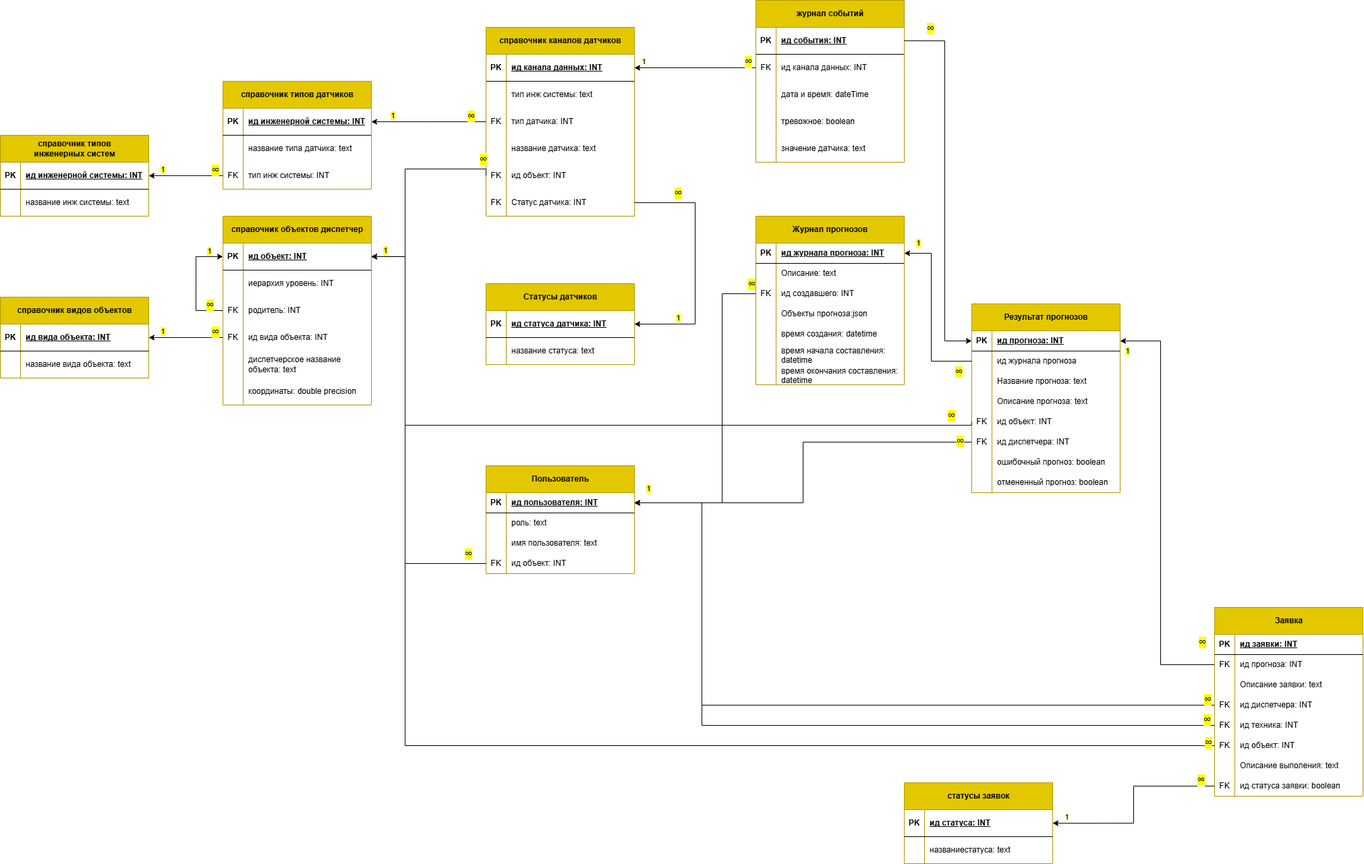
sa100h/lct keeps this draw.io diagram as docs/diagram/ER-ERL.drawio.png. Above is the earlier version. Source tidied: cells renumbered, new cells last; positions are measured from the earlier drawing's top-left corner, leaving out a move shared by most shapes.
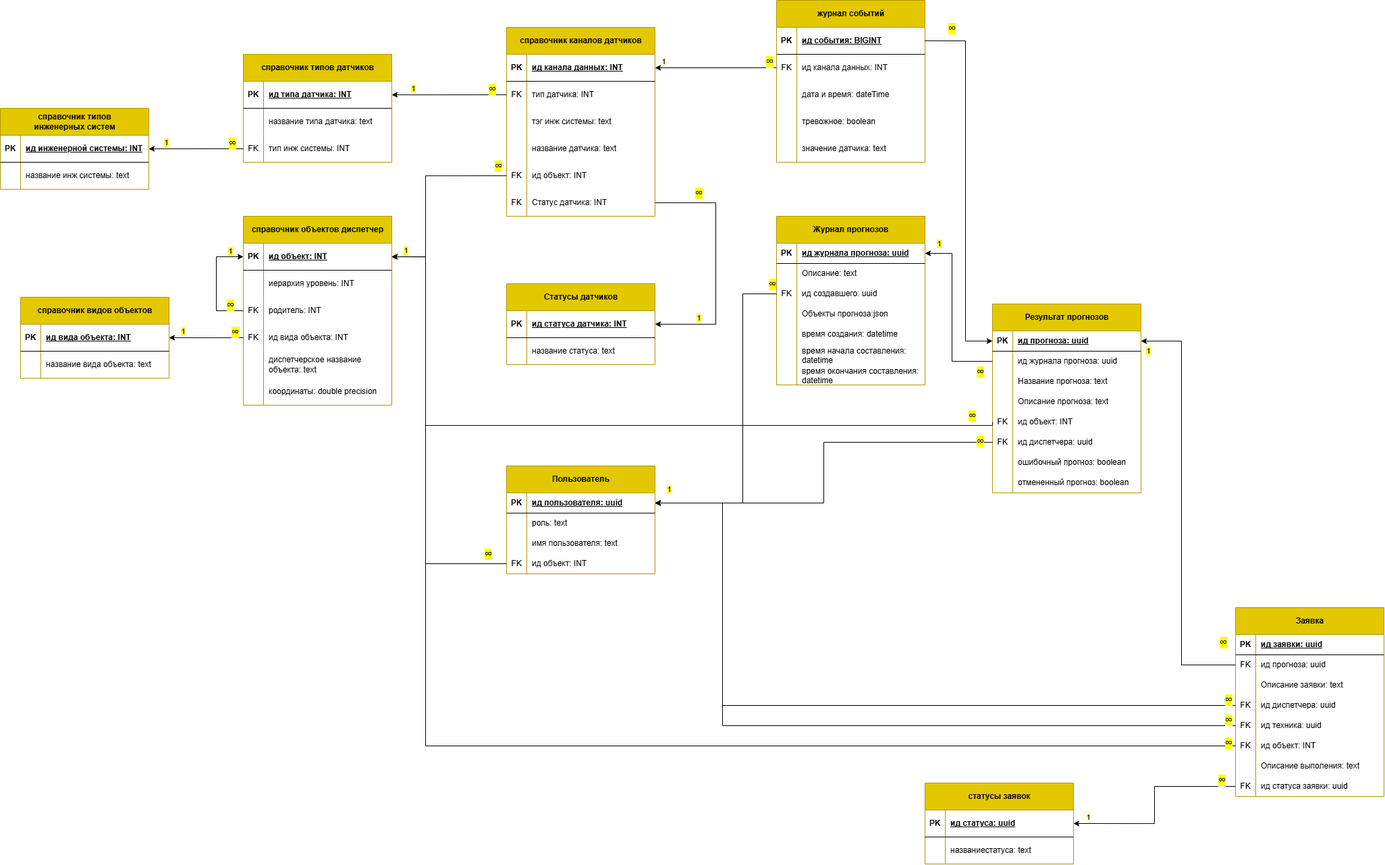
The same file after the commit.

Commit message:
Update diagrams ER. Create migrations tables.

The edit, as a diff of the source:
```diff
@@ -71,17 +71,8 @@
     <mxCell id="24" value="ид канала данных: INT" style="shape=partialRectangle;fillColor=none;top=0;left=0;bottom=0;right=0;align=left;spacingLeft=6;fontStyle=5;overflow=hidden;whiteSpace=wrap;html=1;" parent="22" vertex="1">
       <mxGeometry x="30" width="190" height="40" as="geometry" />
     </mxCell>
-    <mxCell id="25" style="shape=tableRow;horizontal=0;startSize=0;swimlaneHead=0;swimlaneBody=0;fillColor=none;top=0;left=0;right=0;bottom=0;" parent="21" vertex="1">
-      <mxGeometry y="80" width="220" height="40" as="geometry" />
-    </mxCell>
-    <mxCell id="26" style="shape=partialRectangle;fillColor=none;top=0;left=0;bottom=0;right=0;overflow=hidden;whiteSpace=wrap;html=1;" parent="25" vertex="1">
-      <mxGeometry width="30" height="40" as="geometry" />
-    </mxCell>
-    <mxCell id="27" value="тип инж системы: text" style="shape=partialRectangle;fillColor=none;top=0;left=0;bottom=0;right=0;align=left;spacingLeft=6;overflow=hidden;whiteSpace=wrap;html=1;" parent="25" vertex="1">
-      <mxGeometry x="30" width="190" height="40" as="geometry" />
-    </mxCell>
     <mxCell id="28" style="shape=tableRow;horizontal=0;startSize=0;swimlaneHead=0;swimlaneBody=0;fillColor=none;points=[[0,0.5],[1,0.5]];portConstraint=eastwest;top=0;left=0;right=0;bottom=0;" parent="21" vertex="1">
-      <mxGeometry y="120" width="220" height="40" as="geometry" />
+      <mxGeometry y="80" width="220" height="40" as="geometry" />
     </mxCell>
     <mxCell id="29" value="FK" style="shape=partialRectangle;fillColor=none;top=0;left=0;bottom=0;right=0;overflow=hidden;whiteSpace=wrap;html=1;" parent="28" vertex="1">
       <mxGeometry width="30" height="40" as="geometry" />
@@ -89,6 +80,15 @@
     <mxCell id="30" value="тип датчика: INT" style="shape=partialRectangle;fillColor=none;top=0;left=0;bottom=0;right=0;align=left;spacingLeft=6;overflow=hidden;whiteSpace=wrap;html=1;" parent="28" vertex="1">
       <mxGeometry x="30" width="190" height="40" as="geometry" />
     </mxCell>
+    <mxCell id="226" style="shape=tableRow;horizontal=0;startSize=0;swimlaneHead=0;swimlaneBody=0;fillColor=none;top=0;left=0;right=0;bottom=0;" parent="21" vertex="1">
+      <mxGeometry y="120" width="220" height="40" as="geometry" />
+    </mxCell>
+    <mxCell id="26" style="shape=partialRectangle;fillColor=none;top=0;left=0;bottom=0;right=0;overflow=hidden;whiteSpace=wrap;html=1;" parent="226" vertex="1">
+      <mxGeometry width="30" height="40" as="geometry" />
+    </mxCell>
+    <mxCell id="227" value="тэг инж системы: text" style="shape=partialRectangle;fillColor=none;top=0;left=0;bottom=0;right=0;align=left;spacingLeft=6;overflow=hidden;whiteSpace=wrap;html=1;" parent="226" vertex="1">
+      <mxGeometry x="30" width="190" height="40" as="geometry" />
+    </mxCell>
     <mxCell id="31" style="shape=tableRow;horizontal=0;startSize=0;swimlaneHead=0;swimlaneBody=0;fillColor=none;top=0;left=0;right=0;bottom=0;" parent="21" vertex="1">
       <mxGeometry y="160" width="220" height="40" as="geometry" />
     </mxCell>
@@ -143,7 +143,7 @@
     <mxCell id="45" value="PK" style="shape=partialRectangle;fillColor=none;top=0;left=0;bottom=0;right=0;fontStyle=1;overflow=hidden;whiteSpace=wrap;html=1;" parent="44" vertex="1">
       <mxGeometry width="30" height="40" as="geometry" />
     </mxCell>
-    <mxCell id="46" value="ид события: INT" style="shape=partialRectangle;fillColor=none;top=0;left=0;bottom=0;right=0;align=left;spacingLeft=6;fontStyle=5;overflow=hidden;whiteSpace=wrap;html=1;" parent="44" vertex="1">
+    <mxCell id="46" value="ид события: BIGINT" style="shape=partialRectangle;fillColor=none;top=0;left=0;bottom=0;right=0;align=left;spacingLeft=6;fontStyle=5;overflow=hidden;whiteSpace=wrap;html=1;" parent="44" vertex="1">
       <mxGeometry x="30" width="190" height="40" as="geometry" />
     </mxCell>
     <mxCell id="47" style="shape=tableRow;horizontal=0;startSize=0;swimlaneHead=0;swimlaneBody=0;fillColor=none;points=[[0,0.5],[1,0.5]];portConstraint=eastwest;top=0;left=0;right=0;bottom=0;" parent="43" vertex="1">
@@ -191,7 +191,7 @@
     <mxCell id="61" value="PK" style="shape=partialRectangle;fillColor=none;top=0;left=0;bottom=0;right=0;fontStyle=1;overflow=hidden;whiteSpace=wrap;html=1;" parent="60" vertex="1">
       <mxGeometry width="30" height="30" as="geometry" />
     </mxCell>
-    <mxCell id="62" value="ид пользователя: INT" style="shape=partialRectangle;fillColor=none;top=0;left=0;bottom=0;right=0;align=left;spacingLeft=6;fontStyle=5;overflow=hidden;whiteSpace=wrap;html=1;" parent="60" vertex="1">
+    <mxCell id="62" value="ид пользователя: uuid" style="shape=partialRectangle;fillColor=none;top=0;left=0;bottom=0;right=0;align=left;spacingLeft=6;fontStyle=5;overflow=hidden;whiteSpace=wrap;html=1;" parent="60" vertex="1">
       <mxGeometry x="30" width="190" height="30" as="geometry" />
     </mxCell>
     <mxCell id="63" style="shape=tableRow;horizontal=0;startSize=0;swimlaneHead=0;swimlaneBody=0;fillColor=none;top=0;left=0;right=0;bottom=0;" parent="59" vertex="1">
@@ -224,7 +224,7 @@
     <mxCell id="72" style="edgeStyle=orthogonalEdgeStyle;rounded=0;jettySize=auto;html=1;exitX=0;exitY=0.5;exitDx=0;exitDy=0;entryX=1;entryY=0.5;entryDx=0;entryDy=0;" parent="1" edge="1" source="34" target="3">
       <mxGeometry relative="1" as="geometry">
         <Array as="points">
-          <mxPoint x="600" y="250" />
+          <mxPoint x="600" y="260" />
           <mxPoint x="600" y="380" />
         </Array>
       </mxGeometry>
@@ -274,7 +274,7 @@
     <mxCell id="82" value="PK" style="shape=partialRectangle;fillColor=none;top=0;left=0;bottom=0;right=0;fontStyle=1;overflow=hidden;whiteSpace=wrap;html=1;" parent="81" vertex="1">
       <mxGeometry width="30" height="30" as="geometry" />
     </mxCell>
-    <mxCell id="83" value="ид прогноза: INT" style="shape=partialRectangle;fillColor=none;top=0;left=0;bottom=0;right=0;align=left;spacingLeft=6;fontStyle=5;overflow=hidden;whiteSpace=wrap;html=1;" parent="81" vertex="1">
+    <mxCell id="83" value="ид прогноза: uuid" style="shape=partialRectangle;fillColor=none;top=0;left=0;bottom=0;right=0;align=left;spacingLeft=6;fontStyle=5;overflow=hidden;whiteSpace=wrap;html=1;" parent="81" vertex="1">
       <mxGeometry x="30" width="190" height="30" as="geometry" />
     </mxCell>
     <mxCell id="84" style="shape=tableRow;horizontal=0;startSize=0;swimlaneHead=0;swimlaneBody=0;fillColor=none;points=[[0,0.5],[1,0.5]];portConstraint=eastwest;top=0;left=0;right=0;bottom=0;" parent="80" vertex="1">
@@ -283,7 +283,7 @@
     <mxCell id="85" style="shape=partialRectangle;fillColor=none;top=0;left=0;bottom=0;right=0;overflow=hidden;whiteSpace=wrap;html=1;" parent="84" vertex="1">
       <mxGeometry width="30" height="30" as="geometry" />
     </mxCell>
-    <mxCell id="86" value="ид журнала прогноза" style="shape=partialRectangle;fillColor=none;top=0;left=0;bottom=0;right=0;align=left;spacingLeft=6;overflow=hidden;whiteSpace=wrap;html=1;" parent="84" vertex="1">
+    <mxCell id="86" value="ид журнала прогноза: uuid" style="shape=partialRectangle;fillColor=none;top=0;left=0;bottom=0;right=0;align=left;spacingLeft=6;overflow=hidden;whiteSpace=wrap;html=1;" parent="84" vertex="1">
       <mxGeometry x="30" width="190" height="30" as="geometry" />
     </mxCell>
     <mxCell id="87" style="shape=tableRow;horizontal=0;startSize=0;swimlaneHead=0;swimlaneBody=0;fillColor=none;top=0;left=0;right=0;bottom=0;" parent="80" vertex="1">
@@ -319,7 +319,7 @@
     <mxCell id="97" value="FK" style="shape=partialRectangle;fillColor=none;top=0;left=0;bottom=0;right=0;overflow=hidden;whiteSpace=wrap;html=1;" parent="96" vertex="1">
       <mxGeometry width="30" height="30" as="geometry" />
     </mxCell>
-    <mxCell id="98" value="ид диспетчера: INT" style="shape=partialRectangle;fillColor=none;top=0;left=0;bottom=0;right=0;align=left;spacingLeft=6;overflow=hidden;whiteSpace=wrap;html=1;" parent="96" vertex="1">
+    <mxCell id="98" value="ид диспетчера: uuid" style="shape=partialRectangle;fillColor=none;top=0;left=0;bottom=0;right=0;align=left;spacingLeft=6;overflow=hidden;whiteSpace=wrap;html=1;" parent="96" vertex="1">
       <mxGeometry x="30" width="190" height="30" as="geometry" />
     </mxCell>
     <mxCell id="99" style="shape=tableRow;horizontal=0;startSize=0;swimlaneHead=0;swimlaneBody=0;fillColor=none;top=0;left=0;right=0;bottom=0;" parent="80" vertex="1">
@@ -376,7 +376,7 @@
       <mxGeometry x="30" width="190" height="40" as="geometry" />
     </mxCell>
     <mxCell id="114" value="справочник типов&lt;br&gt;инженерных систем" style="shape=table;startSize=40;rowLines=0;fontStyle=1;align=center;html=1;fillColor=#e3c800;fontColor=#000000;strokeColor=#B09500;" parent="1" vertex="1">
-      <mxGeometry y="200" width="220" height="120" as="geometry" />
+      <mxGeometry x="-30" y="160" width="220" height="120" as="geometry" />
     </mxCell>
     <mxCell id="115" style="shape=tableRow;horizontal=0;startSize=0;swimlaneHead=0;swimlaneBody=0;fillColor=none;points=[[0,0.5],[1,0.5]];portConstraint=eastwest;top=0;left=0;right=0;bottom=1;" parent="114" vertex="1">
       <mxGeometry y="40" width="220" height="40" as="geometry" />
@@ -397,7 +397,7 @@
       <mxGeometry x="30" width="190" height="40" as="geometry" />
     </mxCell>
     <mxCell id="121" value="справочник типов датчиков" style="shape=table;startSize=40;rowLines=0;fontStyle=1;align=center;html=1;fillColor=#e3c800;fontColor=#000000;strokeColor=#B09500;" parent="1" vertex="1">
-      <mxGeometry x="330" y="120" width="220" height="160" as="geometry" />
+      <mxGeometry x="330" y="80" width="220" height="160" as="geometry" />
     </mxCell>
     <mxCell id="122" style="shape=tableRow;horizontal=0;startSize=0;swimlaneHead=0;swimlaneBody=0;fillColor=none;points=[[0,0.5],[1,0.5]];portConstraint=eastwest;top=0;left=0;right=0;bottom=1;" parent="121" vertex="1">
       <mxGeometry y="40" width="220" height="40" as="geometry" />
@@ -405,7 +405,7 @@
     <mxCell id="123" value="PK" style="shape=partialRectangle;fillColor=none;top=0;left=0;bottom=0;right=0;fontStyle=1;overflow=hidden;whiteSpace=wrap;html=1;" parent="122" vertex="1">
       <mxGeometry width="30" height="40" as="geometry" />
     </mxCell>
-    <mxCell id="124" value="ид инженерной системы: INT" style="shape=partialRectangle;fillColor=none;top=0;left=0;bottom=0;right=0;align=left;spacingLeft=6;fontStyle=5;overflow=hidden;whiteSpace=wrap;html=1;" parent="122" vertex="1">
+    <mxCell id="124" value="ид&lt;span style=&quot;text-align: center; text-wrap-mode: nowrap;&quot;&gt;&amp;nbsp;типа датчика&lt;/span&gt;: INT" style="shape=partialRectangle;fillColor=none;top=0;left=0;bottom=0;right=0;align=left;spacingLeft=6;fontStyle=5;overflow=hidden;whiteSpace=wrap;html=1;" parent="122" vertex="1">
       <mxGeometry x="30" width="190" height="40" as="geometry" />
     </mxCell>
     <mxCell id="125" style="shape=tableRow;horizontal=0;startSize=0;swimlaneHead=0;swimlaneBody=0;fillColor=none;top=0;left=0;right=0;bottom=0;" parent="121" vertex="1">
@@ -447,8 +447,8 @@
     <mxCell id="134" style="edgeStyle=orthogonalEdgeStyle;rounded=0;jettySize=auto;html=1;exitX=0;exitY=0.5;exitDx=0;exitDy=0;entryX=1;entryY=0.5;entryDx=0;entryDy=0;" parent="1" edge="1" source="28" target="122">
       <mxGeometry relative="1" as="geometry">
         <Array as="points">
-          <mxPoint x="630" y="180" />
-          <mxPoint x="630" y="180" />
+          <mxPoint x="580" y="140" />
+          <mxPoint x="580" y="140" />
         </Array>
       </mxGeometry>
     </mxCell>
@@ -465,7 +465,7 @@
     <mxCell id="137" style="edgeStyle=orthogonalEdgeStyle;rounded=0;jettySize=auto;html=1;exitX=0;exitY=0.5;exitDx=0;exitDy=0;entryX=1;entryY=0.5;entryDx=0;entryDy=0;" parent="1" edge="1" source="128" target="115">
       <mxGeometry relative="1" as="geometry">
         <Array as="points">
-          <mxPoint x="330" y="260" />
+          <mxPoint x="190" y="220" />
         </Array>
       </mxGeometry>
     </mxCell>
@@ -488,7 +488,7 @@
     <mxCell id="142" value="PK" style="shape=partialRectangle;fillColor=none;top=0;left=0;bottom=0;right=0;fontStyle=1;overflow=hidden;whiteSpace=wrap;html=1;" parent="141" vertex="1">
       <mxGeometry width="30" height="30" as="geometry" />
     </mxCell>
-    <mxCell id="143" value="ид заявки: INT" style="shape=partialRectangle;fillColor=none;top=0;left=0;bottom=0;right=0;align=left;spacingLeft=6;fontStyle=5;overflow=hidden;whiteSpace=wrap;html=1;" parent="141" vertex="1">
+    <mxCell id="143" value="ид заявки: uuid" style="shape=partialRectangle;fillColor=none;top=0;left=0;bottom=0;right=0;align=left;spacingLeft=6;fontStyle=5;overflow=hidden;whiteSpace=wrap;html=1;" parent="141" vertex="1">
       <mxGeometry x="30" width="190" height="30" as="geometry" />
     </mxCell>
     <mxCell id="144" style="shape=tableRow;horizontal=0;startSize=0;swimlaneHead=0;swimlaneBody=0;fillColor=none;points=[[0,0.5],[1,0.5]];portConstraint=eastwest;top=0;left=0;right=0;bottom=0;" parent="140" vertex="1">
@@ -497,7 +497,7 @@
     <mxCell id="145" value="FK" style="shape=partialRectangle;fillColor=none;top=0;left=0;bottom=0;right=0;overflow=hidden;whiteSpace=wrap;html=1;" parent="144" vertex="1">
       <mxGeometry width="30" height="30" as="geometry" />
     </mxCell>
-    <mxCell id="146" value="ид прогноза: INT" style="shape=partialRectangle;fillColor=none;top=0;left=0;bottom=0;right=0;align=left;spacingLeft=6;overflow=hidden;whiteSpace=wrap;html=1;" parent="144" vertex="1">
+    <mxCell id="146" value="ид прогноза: uuid" style="shape=partialRectangle;fillColor=none;top=0;left=0;bottom=0;right=0;align=left;spacingLeft=6;overflow=hidden;whiteSpace=wrap;html=1;" parent="144" vertex="1">
       <mxGeometry x="30" width="190" height="30" as="geometry" />
     </mxCell>
     <mxCell id="147" style="shape=tableRow;horizontal=0;startSize=0;swimlaneHead=0;swimlaneBody=0;fillColor=none;top=0;left=0;right=0;bottom=0;" parent="140" vertex="1">
@@ -515,7 +515,7 @@
     <mxCell id="151" value="FK" style="shape=partialRectangle;fillColor=none;top=0;left=0;bottom=0;right=0;overflow=hidden;whiteSpace=wrap;html=1;" parent="150" vertex="1">
       <mxGeometry width="30" height="30" as="geometry" />
     </mxCell>
-    <mxCell id="152" value="ид диспетчера: INT" style="shape=partialRectangle;fillColor=none;top=0;left=0;bottom=0;right=0;align=left;spacingLeft=6;overflow=hidden;whiteSpace=wrap;html=1;" parent="150" vertex="1">
+    <mxCell id="152" value="ид диспетчера: uuid" style="shape=partialRectangle;fillColor=none;top=0;left=0;bottom=0;right=0;align=left;spacingLeft=6;overflow=hidden;whiteSpace=wrap;html=1;" parent="150" vertex="1">
       <mxGeometry x="30" width="190" height="30" as="geometry" />
     </mxCell>
     <mxCell id="153" style="shape=tableRow;horizontal=0;startSize=0;swimlaneHead=0;swimlaneBody=0;fillColor=none;points=[[0,0.5],[1,0.5]];portConstraint=eastwest;top=0;left=0;right=0;bottom=0;" parent="140" vertex="1">
@@ -524,7 +524,7 @@
     <mxCell id="154" value="FK" style="shape=partialRectangle;fillColor=none;top=0;left=0;bottom=0;right=0;overflow=hidden;whiteSpace=wrap;html=1;" parent="153" vertex="1">
       <mxGeometry width="30" height="30" as="geometry" />
     </mxCell>
-    <mxCell id="155" value="ид техника: INT" style="shape=partialRectangle;fillColor=none;top=0;left=0;bottom=0;right=0;align=left;spacingLeft=6;overflow=hidden;whiteSpace=wrap;html=1;" parent="153" vertex="1">
+    <mxCell id="155" value="ид техника: uuid" style="shape=partialRectangle;fillColor=none;top=0;left=0;bottom=0;right=0;align=left;spacingLeft=6;overflow=hidden;whiteSpace=wrap;html=1;" parent="153" vertex="1">
       <mxGeometry x="30" width="190" height="30" as="geometry" />
     </mxCell>
     <mxCell id="156" style="shape=tableRow;horizontal=0;startSize=0;swimlaneHead=0;swimlaneBody=0;fillColor=none;points=[[0,0.5],[1,0.5]];portConstraint=eastwest;top=0;left=0;right=0;bottom=0;" parent="140" vertex="1">
@@ -551,7 +551,7 @@
     <mxCell id="163" value="FK" style="shape=partialRectangle;fillColor=none;top=0;left=0;bottom=0;right=0;overflow=hidden;whiteSpace=wrap;html=1;" parent="162" vertex="1">
       <mxGeometry width="30" height="30" as="geometry" />
     </mxCell>
-    <mxCell id="164" value="ид статуса заявки: boolean" style="shape=partialRectangle;fillColor=none;top=0;left=0;bottom=0;right=0;align=left;spacingLeft=6;overflow=hidden;whiteSpace=wrap;html=1;" parent="162" vertex="1">
+    <mxCell id="164" value="ид статуса заявки: uuid" style="shape=partialRectangle;fillColor=none;top=0;left=0;bottom=0;right=0;align=left;spacingLeft=6;overflow=hidden;whiteSpace=wrap;html=1;" parent="162" vertex="1">
       <mxGeometry x="30" width="190" height="30" as="geometry" />
     </mxCell>
     <mxCell id="165" style="edgeStyle=orthogonalEdgeStyle;rounded=0;jettySize=auto;html=1;entryX=1;entryY=0.5;entryDx=0;entryDy=0;exitX=0;exitY=0.5;exitDx=0;exitDy=0;" parent="1" edge="1" source="150" target="60">
@@ -631,7 +631,7 @@
     <mxCell id="179" value="PK" style="shape=partialRectangle;fillColor=none;top=0;left=0;bottom=0;right=0;fontStyle=1;overflow=hidden;whiteSpace=wrap;html=1;" parent="178" vertex="1">
       <mxGeometry width="30" height="40" as="geometry" />
     </mxCell>
-    <mxCell id="180" value="ид статуса: INT" style="shape=partialRectangle;fillColor=none;top=0;left=0;bottom=0;right=0;align=left;spacingLeft=6;fontStyle=5;overflow=hidden;whiteSpace=wrap;html=1;" parent="178" vertex="1">
+    <mxCell id="180" value="ид статуса: uuid" style="shape=partialRectangle;fillColor=none;top=0;left=0;bottom=0;right=0;align=left;spacingLeft=6;fontStyle=5;overflow=hidden;whiteSpace=wrap;html=1;" parent="178" vertex="1">
       <mxGeometry x="30" width="190" height="40" as="geometry" />
     </mxCell>
     <mxCell id="181" style="shape=tableRow;horizontal=0;startSize=0;swimlaneHead=0;swimlaneBody=0;fillColor=none;top=0;left=0;right=0;bottom=0;" parent="177" vertex="1">
@@ -704,7 +704,7 @@
     <mxCell id="199" value="PK" style="shape=partialRectangle;fillColor=none;top=0;left=0;bottom=0;right=0;fontStyle=1;overflow=hidden;whiteSpace=wrap;html=1;" parent="198" vertex="1">
       <mxGeometry width="30" height="30" as="geometry" />
     </mxCell>
-    <mxCell id="200" value="ид журнала прогноза: INT" style="shape=partialRectangle;fillColor=none;top=0;left=0;bottom=0;right=0;align=left;spacingLeft=6;fontStyle=5;overflow=hidden;whiteSpace=wrap;html=1;" parent="198" vertex="1">
+    <mxCell id="200" value="ид журнала прогноза: uuid" style="shape=partialRectangle;fillColor=none;top=0;left=0;bottom=0;right=0;align=left;spacingLeft=6;fontStyle=5;overflow=hidden;whiteSpace=wrap;html=1;" parent="198" vertex="1">
       <mxGeometry x="30" width="190" height="30" as="geometry" />
     </mxCell>
     <mxCell id="201" style="shape=tableRow;horizontal=0;startSize=0;swimlaneHead=0;swimlaneBody=0;fillColor=none;top=0;left=0;right=0;bottom=0;" parent="197" vertex="1">
@@ -722,7 +722,7 @@
     <mxCell id="205" value="FK" style="shape=partialRectangle;fillColor=none;top=0;left=0;bottom=0;right=0;overflow=hidden;whiteSpace=wrap;html=1;" parent="204" vertex="1">
       <mxGeometry width="30" height="30" as="geometry" />
     </mxCell>
-    <mxCell id="206" value="ид создавшего: INT" style="shape=partialRectangle;fillColor=none;top=0;left=0;bottom=0;right=0;align=left;spacingLeft=6;overflow=hidden;whiteSpace=wrap;html=1;" parent="204" vertex="1">
+    <mxCell id="206" value="ид создавшего: uuid" style="shape=partialRectangle;fillColor=none;top=0;left=0;bottom=0;right=0;align=left;spacingLeft=6;overflow=hidden;whiteSpace=wrap;html=1;" parent="204" vertex="1">
       <mxGeometry x="30" width="190" height="30" as="geometry" />
     </mxCell>
     <mxCell id="207" style="shape=tableRow;horizontal=0;startSize=0;swimlaneHead=0;swimlaneBody=0;fillColor=none;top=0;left=0;right=0;bottom=0;" parent="197" vertex="1">
```
